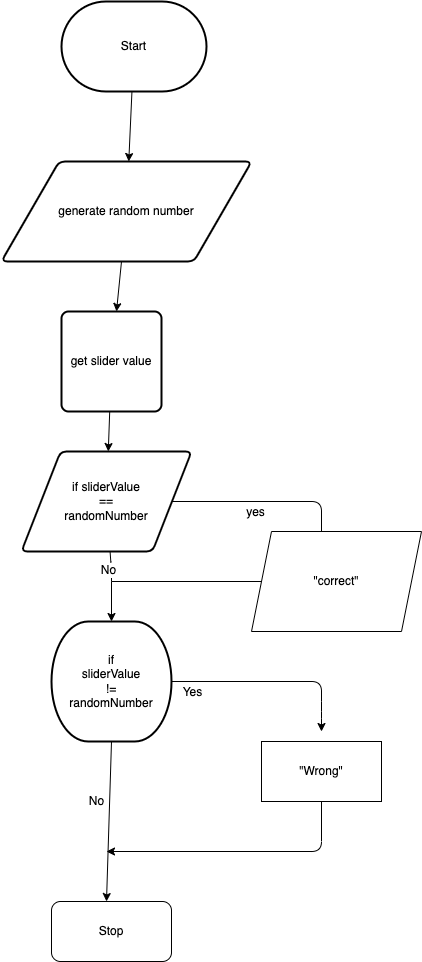
This is design/flow-chart.png from Allen-Li-hub/ICS2O-Unit5-08-HTML, a draw.io export, as it was before one commit. Source tidied: cells renumbered, new cells last; positions are measured from the earlier drawing's top-left corner, leaving out a move shared by most shapes.
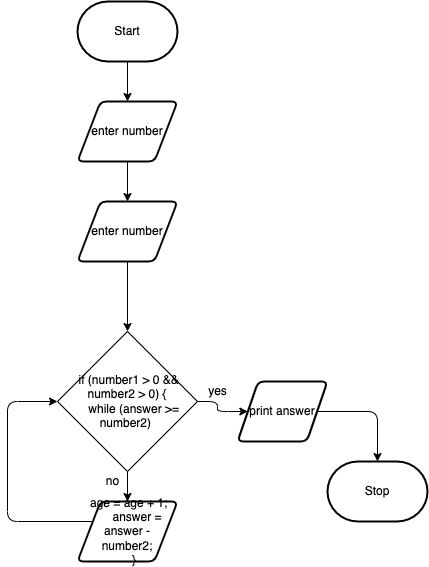
Later version of the same file.

Change to the diagram source:
```diff
@@ -2,98 +2,62 @@
   <root>
     <mxCell id="0" />
     <mxCell id="1" parent="0" />
-    <mxCell id="2" style="edgeStyle=none;html=1;" parent="1" edge="1" source="3" target="5">
-      <mxGeometry relative="1" as="geometry" />
-    </mxCell>
+    <mxCell id="23" style="edgeStyle=none;html=1;" parent="1" edge="1" source="3" target="21">
+      <mxGeometry relative="1" as="geometry" />
+    </mxCell>
     <mxCell id="3" value="Start" style="strokeWidth=2;html=1;shape=mxgraph.flowchart.terminator;whiteSpace=wrap;" parent="1" vertex="1">
-      <mxGeometry x="60" width="145" height="90" as="geometry" />
+      <mxGeometry x="125" y="190" width="100" height="60" as="geometry" />
     </mxCell>
-    <mxCell id="4" style="edgeStyle=none;html=1;" parent="1" edge="1" source="5" target="7">
-      <mxGeometry relative="1" as="geometry" />
-    </mxCell>
-    <mxCell id="5" value="generate random number" style="shape=parallelogram;html=1;strokeWidth=2;perimeter=parallelogramPerimeter;whiteSpace=wrap;rounded=1;arcSize=12;size=0.23;" parent="1" vertex="1">
-      <mxGeometry y="160" width="250" height="100" as="geometry" />
-    </mxCell>
-    <mxCell id="6" style="edgeStyle=none;html=1;" parent="1" edge="1" source="7" target="12">
-      <mxGeometry relative="1" as="geometry" />
-    </mxCell>
-    <mxCell id="7" value="get slider value" style="rounded=1;whiteSpace=wrap;html=1;absoluteArcSize=1;arcSize=14;strokeWidth=2;" parent="1" vertex="1">
-      <mxGeometry x="60" y="310" width="100" height="100" as="geometry" />
-    </mxCell>
-    <mxCell id="8" style="edgeStyle=none;html=1;" parent="1" edge="1" source="12" target="17">
-      <mxGeometry relative="1" as="geometry">
-        <Array as="points">
-          <mxPoint x="110" y="570" />
-        </Array>
-      </mxGeometry>
-    </mxCell>
-    <mxCell id="9" value="No" style="edgeLabel;html=1;align=center;verticalAlign=middle;" parent="8" vertex="1">
-      <mxGeometry x="-0.49" y="-3" relative="1" as="geometry" />
-    </mxCell>
-    <mxCell id="10" style="edgeStyle=none;html=1;" parent="1" edge="1" source="12">
-      <mxGeometry relative="1" as="geometry">
-        <mxPoint x="320" y="550" as="targetPoint" />
-        <Array as="points">
-          <mxPoint x="320" y="500" />
-        </Array>
-      </mxGeometry>
-    </mxCell>
-    <mxCell id="11" value="yes" style="edgeLabel;html=1;align=center;verticalAlign=middle;" parent="10" vertex="1">
-      <mxGeometry x="0.46" relative="1" as="geometry">
-        <mxPoint x="-63" y="10" as="offset" />
-      </mxGeometry>
-    </mxCell>
-    <mxCell id="12" value="if sliderValue&lt;br&gt;==&lt;br&gt;randomNumber" style="shape=parallelogram;html=1;strokeWidth=2;perimeter=parallelogramPerimeter;whiteSpace=wrap;rounded=1;arcSize=12;size=0.23;" parent="1" vertex="1">
-      <mxGeometry x="20" y="450" width="170" height="100" as="geometry" />
-    </mxCell>
-    <mxCell id="13" style="edgeStyle=none;html=1;exitX=1;exitY=0.5;exitDx=0;exitDy=0;exitPerimeter=0;" parent="1" edge="1" source="17">
+    <mxCell id="13" style="edgeStyle=none;html=1;" parent="1" edge="1" source="21">
       <mxGeometry relative="1" as="geometry">
-        <mxPoint x="320" y="730" as="targetPoint" />
-        <Array as="points">
-          <mxPoint x="320" y="680" />
-          <mxPoint x="320" y="710" />
-        </Array>
+        <mxPoint x="175" y="390" as="targetPoint" />
       </mxGeometry>
     </mxCell>
+    <mxCell id="21" value="enter number" style="shape=parallelogram;html=1;strokeWidth=2;perimeter=parallelogramPerimeter;whiteSpace=wrap;rounded=1;arcSize=12;size=0.23;" parent="1" vertex="1">
+      <mxGeometry x="125" y="290" width="100" height="60" as="geometry" />
+    </mxCell>
-    <mxCell id="14" value="Yes" style="edgeLabel;html=1;align=center;verticalAlign=middle;" parent="13" vertex="1">
-      <mxGeometry x="-0.43" y="-1" relative="1" as="geometry">
-        <mxPoint x="-37" y="9" as="offset" />
+    <mxCell id="14" style="edgeStyle=orthogonalEdgeStyle;html=1;entryX=0;entryY=0.5;entryDx=0;entryDy=0;" parent="1" edge="1" source="15" target="24">
+      <mxGeometry relative="1" as="geometry">
+        <Array as="points">
+          <mxPoint x="55" y="710" />
+          <mxPoint x="55" y="590" />
+        </Array>
       </mxGeometry>
     </mxCell>
-    <mxCell id="15" style="edgeStyle=none;html=1;exitX=0.5;exitY=1;exitDx=0;exitDy=0;exitPerimeter=0;" parent="1" edge="1" source="17">
-      <mxGeometry relative="1" as="geometry">
-        <mxPoint x="105" y="900" as="targetPoint" />
-      </mxGeometry>
+    <mxCell id="15" value="&lt;div&gt;&amp;nbsp;age = age + 1;&lt;/div&gt;&lt;div&gt;&amp;nbsp; &amp;nbsp; &amp;nbsp; answer = answer - number2;&lt;/div&gt;&lt;div&gt;&amp;nbsp; &amp;nbsp; }&lt;/div&gt;" style="shape=parallelogram;html=1;strokeWidth=2;perimeter=parallelogramPerimeter;whiteSpace=wrap;rounded=1;arcSize=12;size=0.23;" parent="1" vertex="1">
+      <mxGeometry x="125" y="690" width="100" height="60" as="geometry" />
     </mxCell>
+    <mxCell id="20" value="Stop" style="strokeWidth=2;html=1;shape=mxgraph.flowchart.terminator;whiteSpace=wrap;" parent="1" vertex="1">
+      <mxGeometry x="375" y="650" width="100" height="60" as="geometry" />
+    </mxCell>
-    <mxCell id="16" value="No" style="edgeLabel;html=1;align=center;verticalAlign=middle;" parent="15" vertex="1">
-      <mxGeometry x="-0.43" relative="1" as="geometry">
-        <mxPoint x="-14" y="14" as="offset" />
-      </mxGeometry>
+    <mxCell id="16" style="edgeStyle=none;html=1;" parent="1" edge="1" source="24" target="15">
+      <mxGeometry relative="1" as="geometry" />
     </mxCell>
-    <mxCell id="17" value="if&lt;br&gt;sliderValue&lt;br&gt;!=&lt;br&gt;randomNumber" style="strokeWidth=2;html=1;shape=mxgraph.flowchart.terminator;whiteSpace=wrap;" parent="1" vertex="1">
-      <mxGeometry x="50" y="620" width="120" height="120" as="geometry" />
-    </mxCell>
-    <mxCell id="18" value="&quot;correct&quot;" style="shape=parallelogram;perimeter=parallelogramPerimeter;whiteSpace=wrap;html=1;fixedSize=1;" parent="1" vertex="1">
-      <mxGeometry x="250" y="530" width="170" height="100" as="geometry" />
-    </mxCell>
-    <mxCell id="19" style="endArrow=none;html=1;entryX=0;entryY=0.5;entryDx=0;entryDy=0;" parent="1" edge="1" target="18">
-      <mxGeometry relative="1" as="geometry">
-        <mxPoint x="110" y="580" as="sourcePoint" />
-      </mxGeometry>
-    </mxCell>
-    <mxCell id="20" style="edgeStyle=none;html=1;exitX=0.5;exitY=1;exitDx=0;exitDy=0;" parent="1" edge="1" source="21">
-      <mxGeometry relative="1" as="geometry">
-        <mxPoint x="105" y="850" as="targetPoint" />
-        <Array as="points">
-          <mxPoint x="320" y="850" />
-        </Array>
-      </mxGeometry>
-    </mxCell>
-    <mxCell id="21" value="&quot;Wrong&quot;" style="rounded=0;whiteSpace=wrap;html=1;" parent="1" vertex="1">
-      <mxGeometry x="260" y="740" width="120" height="60" as="geometry" />
-    </mxCell>
-    <mxCell id="22" value="Stop" style="rounded=1;whiteSpace=wrap;html=1;" parent="1" vertex="1">
-      <mxGeometry x="50" y="900" width="120" height="60" as="geometry" />
+    <mxCell id="22" style="edgeStyle=orthogonalEdgeStyle;html=1;entryX=0;entryY=0.5;entryDx=0;entryDy=0;" parent="1" edge="1" source="24" target="26">
+      <mxGeometry relative="1" as="geometry" />
     </mxCell>
+    <mxCell id="24" value="&lt;div&gt;&amp;nbsp;if (number1 &amp;gt; 0 &amp;amp;&amp;amp; number2 &amp;gt; 0) {&lt;/div&gt;&lt;div&gt;&amp;nbsp; &amp;nbsp; while (answer &amp;gt;= number2)&amp;nbsp;&lt;/div&gt;" style="rhombus;whiteSpace=wrap;html=1;" parent="1" vertex="1">
+      <mxGeometry x="105" y="520" width="140" height="140" as="geometry" />
+    </mxCell>
+    <mxCell id="25" style="edgeStyle=orthogonalEdgeStyle;html=1;entryX=0.5;entryY=0;entryDx=0;entryDy=0;entryPerimeter=0;" parent="1" edge="1" source="26">
+      <mxGeometry relative="1" as="geometry">
+        <mxPoint x="425" y="650" as="targetPoint" />
+      </mxGeometry>
+    </mxCell>
+    <mxCell id="26" value="&lt;div&gt;print answer&lt;/div&gt;" style="shape=parallelogram;html=1;strokeWidth=2;perimeter=parallelogramPerimeter;whiteSpace=wrap;rounded=1;arcSize=12;size=0.23;" parent="1" vertex="1">
+      <mxGeometry x="285" y="570" width="90" height="60" as="geometry" />
+    </mxCell>
+    <mxCell id="27" style="edgeStyle=none;html=1;" parent="1" edge="1" source="28" target="24">
+      <mxGeometry relative="1" as="geometry" />
+    </mxCell>
+    <mxCell id="28" value="enter number" style="shape=parallelogram;html=1;strokeWidth=2;perimeter=parallelogramPerimeter;whiteSpace=wrap;rounded=1;arcSize=12;size=0.23;" parent="1" vertex="1">
+      <mxGeometry x="125" y="390" width="100" height="60" as="geometry" />
+    </mxCell>
+    <mxCell id="11" value="yes" style="text;html=1;align=center;verticalAlign=middle;fillColor=none;strokeColor=none;rounded=0;" parent="1" vertex="1">
+      <mxGeometry x="250" y="570" width="30" height="20" as="geometry" />
+    </mxCell>
+    <mxCell id="29" value="no" style="text;html=1;align=center;verticalAlign=middle;fillColor=none;strokeColor=none;rounded=0;" parent="1" vertex="1">
+      <mxGeometry x="145" y="660" width="30" height="20" as="geometry" />
+    </mxCell>
   </root>
 </mxGraphModel>
```
